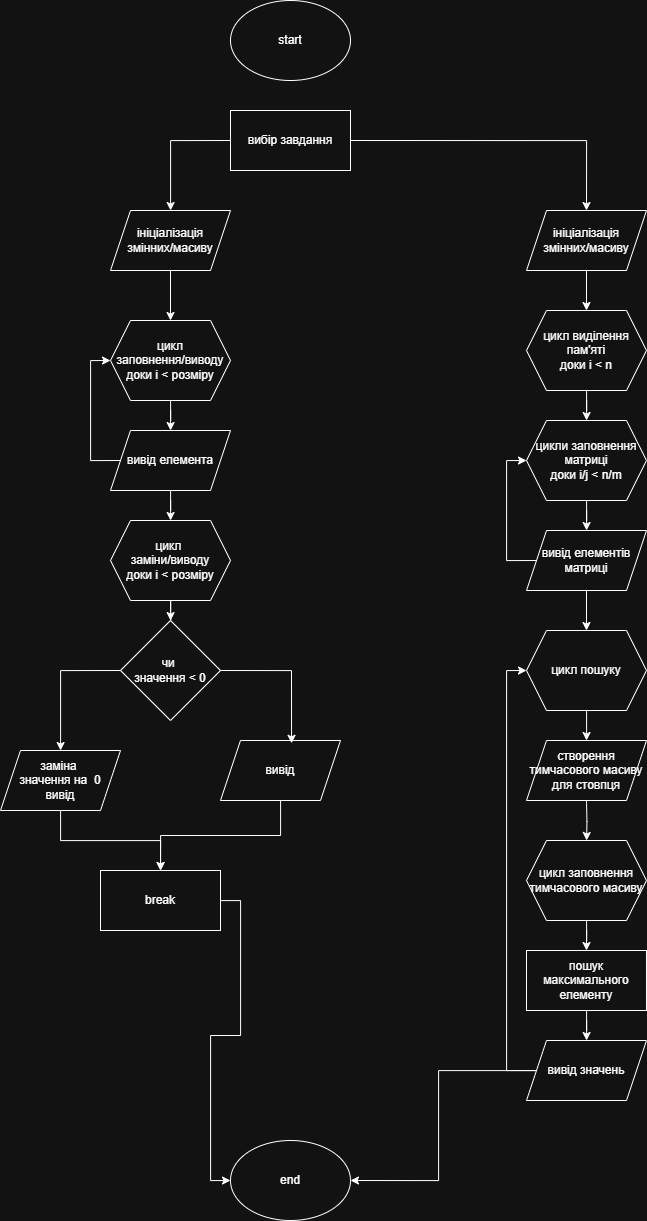
Before: lab 1,2/Діаграма без назви.drawio.png, a diagram exported from draw.io (oleksii103/AP). Source tidied: cells renumbered, new cells last; positions are measured from the earlier drawing's top-left corner, leaving out a move shared by most shapes.
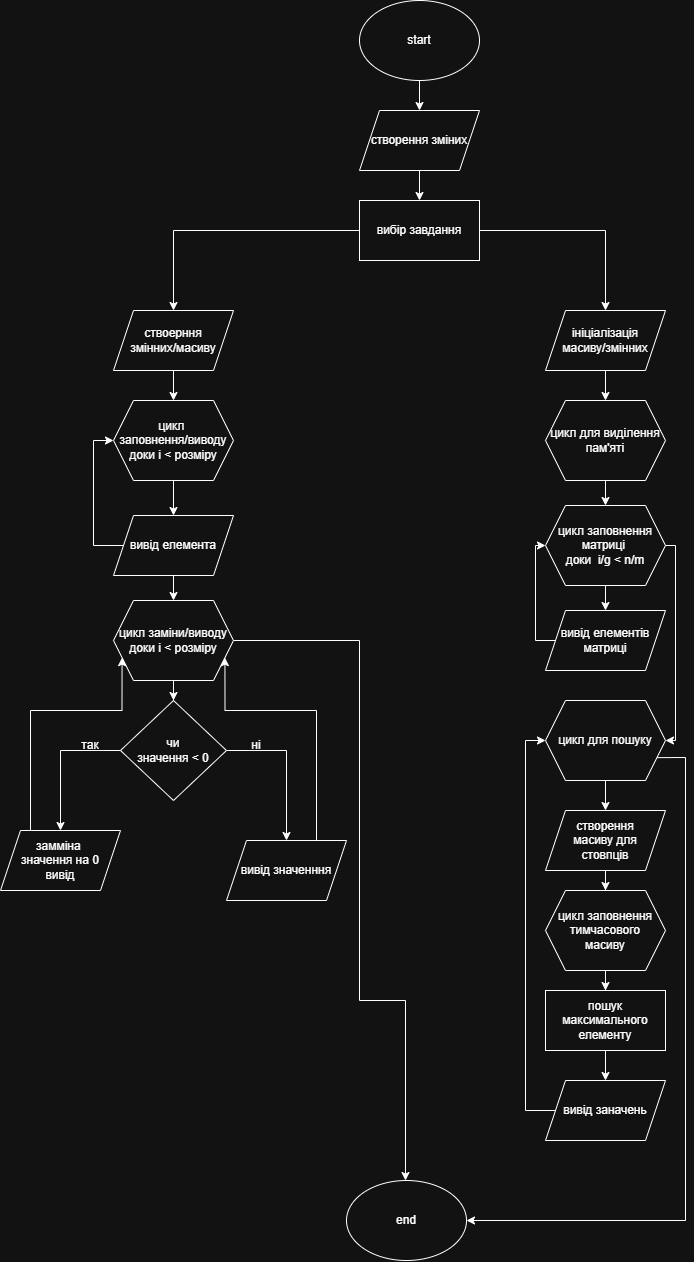
The same file after the commit.

Change to the diagram source:
```diff
@@ -4,2 +4,5 @@
     <mxCell id="1" parent="0" />
+    <mxCell id="45" style="edgeStyle=orthogonalEdgeStyle;rounded=0;jettySize=auto;html=1;" parent="1" edge="1" source="2" target="47">
+      <mxGeometry relative="1" as="geometry" />
+    </mxCell>
     <mxCell id="2" value="start" style="ellipse;whiteSpace=wrap;html=1;" parent="1" vertex="1">
@@ -7,17 +10,23 @@
     </mxCell>
-    <mxCell id="3" style="edgeStyle=orthogonalEdgeStyle;rounded=0;jettySize=auto;html=1;exitX=0;exitY=0.5;exitDx=0;exitDy=0;" parent="1" edge="1" source="5" target="7">
-      <mxGeometry relative="1" as="geometry" />
-    </mxCell>
-    <mxCell id="4" style="edgeStyle=orthogonalEdgeStyle;rounded=0;jettySize=auto;html=1;entryX=0.5;entryY=0;entryDx=0;entryDy=0;exitX=1;exitY=0.5;exitDx=0;exitDy=0;" parent="1" edge="1" source="5" target="25">
-      <mxGeometry relative="1" as="geometry" />
-    </mxCell>
+    <mxCell id="46" style="edgeStyle=orthogonalEdgeStyle;rounded=0;jettySize=auto;html=1;" parent="1" edge="1" source="47" target="5">
+      <mxGeometry relative="1" as="geometry" />
+    </mxCell>
+    <mxCell id="47" value="створення зміних" style="shape=parallelogram;perimeter=parallelogramPerimeter;whiteSpace=wrap;html=1;fixedSize=1;" parent="1" vertex="1">
+      <mxGeometry x="230" y="110" width="120" height="60" as="geometry" />
+    </mxCell>
+    <mxCell id="48" style="edgeStyle=orthogonalEdgeStyle;rounded=0;jettySize=auto;html=1;entryX=0.5;entryY=0;entryDx=0;entryDy=0;exitX=0;exitY=0.5;exitDx=0;exitDy=0;" parent="1" edge="1" source="5" target="51">
+      <mxGeometry relative="1" as="geometry" />
+    </mxCell>
+    <mxCell id="49" style="edgeStyle=orthogonalEdgeStyle;rounded=0;jettySize=auto;html=1;entryX=0.5;entryY=0;entryDx=0;entryDy=0;exitX=1;exitY=0.5;exitDx=0;exitDy=0;" parent="1" edge="1" source="5" target="62">
+      <mxGeometry relative="1" as="geometry" />
+    </mxCell>
     <mxCell id="5" value="вибір завдання" style="rounded=0;whiteSpace=wrap;html=1;" parent="1" vertex="1">
-      <mxGeometry x="230" y="110" width="120" height="60" as="geometry" />
+      <mxGeometry x="230" y="200" width="120" height="60" as="geometry" />
     </mxCell>
-    <mxCell id="6" style="edgeStyle=orthogonalEdgeStyle;rounded=0;jettySize=auto;html=1;" parent="1" edge="1" source="7" target="9">
-      <mxGeometry relative="1" as="geometry" />
-    </mxCell>
-    <mxCell id="7" value="ініціалізація&lt;div&gt;змінних/масиву&lt;/div&gt;" style="shape=parallelogram;perimeter=parallelogramPerimeter;whiteSpace=wrap;html=1;fixedSize=1;" parent="1" vertex="1">
-      <mxGeometry x="110" y="210" width="120" height="60" as="geometry" />
-    </mxCell>
+    <mxCell id="50" style="edgeStyle=orthogonalEdgeStyle;rounded=0;jettySize=auto;html=1;" parent="1" edge="1" source="51" target="9">
+      <mxGeometry relative="1" as="geometry" />
+    </mxCell>
+    <mxCell id="51" value="ствоерння&lt;div&gt;змінних/масиву&lt;/div&gt;" style="shape=parallelogram;perimeter=parallelogramPerimeter;whiteSpace=wrap;html=1;fixedSize=1;" parent="1" vertex="1">
+      <mxGeometry x="-16" y="310" width="120" height="60" as="geometry" />
+    </mxCell>
     <mxCell id="8" style="edgeStyle=orthogonalEdgeStyle;rounded=0;jettySize=auto;html=1;" parent="1" edge="1" source="9" target="12">
@@ -25,4 +34,4 @@
     </mxCell>
-    <mxCell id="9" value="цикл&lt;div&gt;заповнення/виводу&lt;/div&gt;&lt;div&gt;доки і &amp;lt; розміру&lt;/div&gt;" style="shape=hexagon;perimeter=hexagonPerimeter2;whiteSpace=wrap;html=1;fixedSize=1;" parent="1" vertex="1">
-      <mxGeometry x="110" y="320" width="120" height="80" as="geometry" />
+    <mxCell id="9" value="цикл&amp;nbsp;&lt;div&gt;заповнення/виводу&lt;/div&gt;&lt;div&gt;доки і &amp;lt; розміру&lt;/div&gt;" style="shape=hexagon;perimeter=hexagonPerimeter2;whiteSpace=wrap;html=1;fixedSize=1;" parent="1" vertex="1">
+      <mxGeometry x="-16" y="400" width="120" height="80" as="geometry" />
     </mxCell>
@@ -31,4 +40,4 @@
         <Array as="points">
-          <mxPoint x="90" y="460" />
-          <mxPoint x="90" y="360" />
+          <mxPoint x="-36" y="545" />
+          <mxPoint x="-36" y="440" />
         </Array>
@@ -40,3 +49,3 @@
     <mxCell id="12" value="вивід елемента" style="shape=parallelogram;perimeter=parallelogramPerimeter;whiteSpace=wrap;html=1;fixedSize=1;" parent="1" vertex="1">
-      <mxGeometry x="110" y="430" width="120" height="60" as="geometry" />
+      <mxGeometry x="-16" y="515" width="120" height="60" as="geometry" />
     </mxCell>
@@ -45,77 +54,112 @@
     </mxCell>
+    <mxCell id="52" style="edgeStyle=orthogonalEdgeStyle;rounded=0;jettySize=auto;html=1;exitX=1;exitY=0.5;exitDx=0;exitDy=0;" parent="1" edge="1" source="14">
+      <mxGeometry relative="1" as="geometry">
+        <mxPoint x="276" y="1180" as="targetPoint" />
+        <Array as="points">
+          <mxPoint x="230" y="640" />
+          <mxPoint x="230" y="1000" />
+        </Array>
+      </mxGeometry>
+    </mxCell>
-    <mxCell id="14" value="цикл&amp;nbsp;&lt;div&gt;&lt;span style=&quot;background-color: transparent; color: light-dark(rgb(0, 0, 0), rgb(255, 255, 255));&quot;&gt;заміни/виводу&lt;/span&gt;&lt;/div&gt;&lt;div&gt;&lt;span style=&quot;background-color: transparent; color: light-dark(rgb(0, 0, 0), rgb(255, 255, 255));&quot;&gt;доки і &amp;lt; розміру&lt;/span&gt;&lt;/div&gt;" style="shape=hexagon;perimeter=hexagonPerimeter2;whiteSpace=wrap;html=1;fixedSize=1;" parent="1" vertex="1">
-      <mxGeometry x="110" y="520" width="120" height="80" as="geometry" />
+    <mxCell id="14" value="цикл заміни/виводу&lt;div&gt;доки і &amp;lt; розміру&lt;/div&gt;" style="shape=hexagon;perimeter=hexagonPerimeter2;whiteSpace=wrap;html=1;fixedSize=1;" parent="1" vertex="1">
+      <mxGeometry x="-16" y="600" width="120" height="80" as="geometry" />
     </mxCell>
-    <mxCell id="15" style="edgeStyle=orthogonalEdgeStyle;rounded=0;jettySize=auto;html=1;exitX=0;exitY=0.5;exitDx=0;exitDy=0;" parent="1" edge="1" source="16" target="18">
-      <mxGeometry relative="1" as="geometry" />
-    </mxCell>
+    <mxCell id="53" style="edgeStyle=orthogonalEdgeStyle;rounded=0;jettySize=auto;html=1;" parent="1" edge="1" source="16" target="56">
+      <mxGeometry relative="1" as="geometry">
+        <Array as="points">
+          <mxPoint x="-69" y="750" />
+        </Array>
+      </mxGeometry>
+    </mxCell>
+    <mxCell id="54" style="edgeStyle=orthogonalEdgeStyle;rounded=0;jettySize=auto;html=1;entryX=0.5;entryY=0;entryDx=0;entryDy=0;exitX=1;exitY=0.5;exitDx=0;exitDy=0;" parent="1" edge="1" source="16" target="58">
+      <mxGeometry relative="1" as="geometry" />
+    </mxCell>
-    <mxCell id="16" value="чи&amp;nbsp;&lt;div&gt;значення &amp;lt; 0&lt;/div&gt;" style="rhombus;whiteSpace=wrap;html=1;" parent="1" vertex="1">
-      <mxGeometry x="120" y="620" width="100" height="100" as="geometry" />
+    <mxCell id="16" value="чи&lt;div&gt;значення &amp;lt; 0&lt;/div&gt;" style="rhombus;whiteSpace=wrap;html=1;" parent="1" vertex="1">
+      <mxGeometry x="-9" y="700" width="106" height="100" as="geometry" />
     </mxCell>
-    <mxCell id="17" style="edgeStyle=orthogonalEdgeStyle;rounded=0;jettySize=auto;html=1;" parent="1" edge="1" source="18" target="22">
-      <mxGeometry relative="1" as="geometry" />
-    </mxCell>
-    <mxCell id="18" value="заміна&amp;nbsp;&lt;div&gt;значення на&amp;nbsp; 0&lt;div&gt;вивід&lt;/div&gt;&lt;/div&gt;" style="shape=parallelogram;perimeter=parallelogramPerimeter;whiteSpace=wrap;html=1;fixedSize=1;" parent="1" vertex="1">
-      <mxGeometry y="750" width="120" height="60" as="geometry" />
-    </mxCell>
-    <mxCell id="19" style="edgeStyle=orthogonalEdgeStyle;rounded=0;jettySize=auto;html=1;entryX=0.5;entryY=0;entryDx=0;entryDy=0;" parent="1" edge="1" source="20" target="22">
-      <mxGeometry relative="1" as="geometry" />
-    </mxCell>
-    <mxCell id="20" value="вивід" style="shape=parallelogram;perimeter=parallelogramPerimeter;whiteSpace=wrap;html=1;fixedSize=1;" parent="1" vertex="1">
-      <mxGeometry x="220" y="740" width="120" height="60" as="geometry" />
-    </mxCell>
-    <mxCell id="21" style="edgeStyle=orthogonalEdgeStyle;rounded=0;jettySize=auto;html=1;entryX=0;entryY=0.5;entryDx=0;entryDy=0;" parent="1" edge="1" source="22" target="44">
-      <mxGeometry relative="1" as="geometry" />
-    </mxCell>
-    <mxCell id="22" value="break" style="rounded=0;whiteSpace=wrap;html=1;" parent="1" vertex="1">
-      <mxGeometry x="100" y="870" width="120" height="60" as="geometry" />
-    </mxCell>
-    <mxCell id="23" style="edgeStyle=orthogonalEdgeStyle;rounded=0;jettySize=auto;html=1;entryX=0.592;entryY=0.047;entryDx=0;entryDy=0;entryPerimeter=0;exitX=1;exitY=0.5;exitDx=0;exitDy=0;" parent="1" edge="1" source="16" target="20">
-      <mxGeometry relative="1" as="geometry" />
-    </mxCell>
-    <mxCell id="24" style="edgeStyle=orthogonalEdgeStyle;rounded=0;jettySize=auto;html=1;" parent="1" edge="1" source="25" target="27">
-      <mxGeometry relative="1" as="geometry" />
-    </mxCell>
-    <mxCell id="25" value="ініціалізація&lt;div&gt;змінних/масиву&lt;/div&gt;" style="shape=parallelogram;perimeter=parallelogramPerimeter;whiteSpace=wrap;html=1;fixedSize=1;" parent="1" vertex="1">
-      <mxGeometry x="526" y="210" width="120" height="60" as="geometry" />
-    </mxCell>
-    <mxCell id="26" style="edgeStyle=orthogonalEdgeStyle;rounded=0;jettySize=auto;html=1;" parent="1" edge="1" source="27" target="29">
-      <mxGeometry relative="1" as="geometry" />
-    </mxCell>
-    <mxCell id="27" value="цикл виділення пам'яті&lt;div&gt;доки і &amp;lt; n&lt;/div&gt;" style="shape=hexagon;perimeter=hexagonPerimeter2;whiteSpace=wrap;html=1;fixedSize=1;" parent="1" vertex="1">
-      <mxGeometry x="526" y="310" width="120" height="80" as="geometry" />
-    </mxCell>
-    <mxCell id="28" style="edgeStyle=orthogonalEdgeStyle;rounded=0;jettySize=auto;html=1;" parent="1" edge="1" source="29" target="32">
-      <mxGeometry relative="1" as="geometry" />
-    </mxCell>
-    <mxCell id="29" value="цикли заповнення&lt;div&gt;матриці&lt;/div&gt;&lt;div&gt;доки i/j &amp;lt; n/m&lt;/div&gt;" style="shape=hexagon;perimeter=hexagonPerimeter2;whiteSpace=wrap;html=1;fixedSize=1;" parent="1" vertex="1">
-      <mxGeometry x="526" y="420" width="120" height="80" as="geometry" />
-    </mxCell>
-    <mxCell id="30" style="edgeStyle=orthogonalEdgeStyle;rounded=0;jettySize=auto;html=1;entryX=0;entryY=0.5;entryDx=0;entryDy=0;exitX=0;exitY=0.5;exitDx=0;exitDy=0;" parent="1" edge="1" source="32" target="29">
-      <mxGeometry relative="1" as="geometry">
-        <Array as="points">
-          <mxPoint x="506" y="560" />
-          <mxPoint x="506" y="460" />
-        </Array>
-      </mxGeometry>
-    </mxCell>
-    <mxCell id="31" style="edgeStyle=orthogonalEdgeStyle;rounded=0;jettySize=auto;html=1;entryX=0.5;entryY=0;entryDx=0;entryDy=0;" parent="1" edge="1" source="32" target="34">
-      <mxGeometry relative="1" as="geometry" />
-    </mxCell>
+    <mxCell id="55" style="edgeStyle=orthogonalEdgeStyle;rounded=0;jettySize=auto;html=1;exitX=0.25;exitY=0;exitDx=0;exitDy=0;entryX=0;entryY=0.75;entryDx=0;entryDy=0;" parent="1" edge="1" source="56" target="14">
+      <mxGeometry relative="1" as="geometry">
+        <Array as="points">
+          <mxPoint x="-99" y="710" />
+          <mxPoint x="-7" y="710" />
+        </Array>
+      </mxGeometry>
+    </mxCell>
+    <mxCell id="56" value="замміна&amp;nbsp;&lt;div&gt;значення на 0&lt;/div&gt;&lt;div&gt;вивід&lt;/div&gt;" style="shape=parallelogram;perimeter=parallelogramPerimeter;whiteSpace=wrap;html=1;fixedSize=1;" parent="1" vertex="1">
+      <mxGeometry x="-129" y="830" width="120" height="60" as="geometry" />
+    </mxCell>
+    <mxCell id="57" style="edgeStyle=orthogonalEdgeStyle;rounded=0;jettySize=auto;html=1;exitX=0.75;exitY=0;exitDx=0;exitDy=0;entryX=1;entryY=0.75;entryDx=0;entryDy=0;" parent="1" edge="1" source="58" target="14">
+      <mxGeometry relative="1" as="geometry">
+        <Array as="points">
+          <mxPoint x="187" y="710" />
+          <mxPoint x="95" y="710" />
+        </Array>
+      </mxGeometry>
+    </mxCell>
+    <mxCell id="58" value="вивід значенння" style="shape=parallelogram;perimeter=parallelogramPerimeter;whiteSpace=wrap;html=1;fixedSize=1;" parent="1" vertex="1">
+      <mxGeometry x="97" y="840" width="120" height="60" as="geometry" />
+    </mxCell>
+    <mxCell id="59" value="так" style="text;html=1;align=center;verticalAlign=middle;whiteSpace=wrap;rounded=0;" parent="1" vertex="1">
+      <mxGeometry x="-69" y="730" width="60" height="30" as="geometry" />
+    </mxCell>
+    <mxCell id="60" value="ні" style="text;html=1;align=center;verticalAlign=middle;whiteSpace=wrap;rounded=0;" parent="1" vertex="1">
+      <mxGeometry x="97" y="730" width="60" height="30" as="geometry" />
+    </mxCell>
+    <mxCell id="61" style="edgeStyle=orthogonalEdgeStyle;rounded=0;jettySize=auto;html=1;" parent="1" edge="1" source="62" target="64">
+      <mxGeometry relative="1" as="geometry" />
+    </mxCell>
+    <mxCell id="62" value="ініціалізація&lt;div&gt;масиву/змінних&lt;/div&gt;" style="shape=parallelogram;perimeter=parallelogramPerimeter;whiteSpace=wrap;html=1;fixedSize=1;" parent="1" vertex="1">
+      <mxGeometry x="416" y="310" width="120" height="60" as="geometry" />
+    </mxCell>
+    <mxCell id="63" style="edgeStyle=orthogonalEdgeStyle;rounded=0;jettySize=auto;html=1;entryX=0.5;entryY=0;entryDx=0;entryDy=0;" parent="1" edge="1" source="64" target="67">
+      <mxGeometry relative="1" as="geometry" />
+    </mxCell>
+    <mxCell id="64" value="цикл для виділення&lt;div&gt;пам'яті&lt;/div&gt;" style="shape=hexagon;perimeter=hexagonPerimeter2;whiteSpace=wrap;html=1;fixedSize=1;" parent="1" vertex="1">
+      <mxGeometry x="416" y="400" width="120" height="80" as="geometry" />
+    </mxCell>
+    <mxCell id="65" style="edgeStyle=orthogonalEdgeStyle;rounded=0;jettySize=auto;html=1;" parent="1" edge="1" source="67" target="32">
+      <mxGeometry relative="1" as="geometry" />
+    </mxCell>
+    <mxCell id="66" style="edgeStyle=orthogonalEdgeStyle;rounded=0;jettySize=auto;html=1;entryX=1;entryY=0.5;entryDx=0;entryDy=0;exitX=1;exitY=0.5;exitDx=0;exitDy=0;" parent="1" edge="1" source="67" target="71">
+      <mxGeometry relative="1" as="geometry">
+        <Array as="points">
+          <mxPoint x="546" y="545" />
+          <mxPoint x="546" y="740" />
+        </Array>
+      </mxGeometry>
+    </mxCell>
+    <mxCell id="67" value="цикл заповнення&lt;div&gt;матриці&amp;nbsp;&lt;/div&gt;&lt;div&gt;доки&amp;nbsp; i/g &amp;lt; n/m&lt;/div&gt;" style="shape=hexagon;perimeter=hexagonPerimeter2;whiteSpace=wrap;html=1;fixedSize=1;" parent="1" vertex="1">
+      <mxGeometry x="416" y="505" width="120" height="80" as="geometry" />
+    </mxCell>
+    <mxCell id="68" style="edgeStyle=orthogonalEdgeStyle;rounded=0;jettySize=auto;html=1;entryX=0;entryY=0.5;entryDx=0;entryDy=0;exitX=0;exitY=0.5;exitDx=0;exitDy=0;" parent="1" edge="1" source="32" target="67">
+      <mxGeometry relative="1" as="geometry">
+        <Array as="points">
+          <mxPoint x="406" y="640" />
+          <mxPoint x="406" y="545" />
+        </Array>
+      </mxGeometry>
+    </mxCell>
     <mxCell id="32" value="вивід елементів&lt;div&gt;матриці&lt;/div&gt;" style="shape=parallelogram;perimeter=parallelogramPerimeter;whiteSpace=wrap;html=1;fixedSize=1;" parent="1" vertex="1">
-      <mxGeometry x="526" y="530" width="120" height="60" as="geometry" />
+      <mxGeometry x="416" y="610" width="120" height="60" as="geometry" />
     </mxCell>
-    <mxCell id="33" style="edgeStyle=orthogonalEdgeStyle;rounded=0;jettySize=auto;html=1;entryX=0.5;entryY=0;entryDx=0;entryDy=0;" parent="1" edge="1" source="34">
-      <mxGeometry relative="1" as="geometry">
-        <mxPoint x="586" y="740" as="targetPoint" />
-      </mxGeometry>
-    </mxCell>
-    <mxCell id="34" value="цикл пошуку" style="shape=hexagon;perimeter=hexagonPerimeter2;whiteSpace=wrap;html=1;fixedSize=1;" parent="1" vertex="1">
-      <mxGeometry x="526" y="630" width="120" height="80" as="geometry" />
-    </mxCell>
-    <mxCell id="35" style="edgeStyle=orthogonalEdgeStyle;rounded=0;jettySize=auto;html=1;" parent="1" edge="1" target="37">
-      <mxGeometry relative="1" as="geometry">
-        <mxPoint x="586" y="800" as="sourcePoint" />
-      </mxGeometry>
-    </mxCell>
+    <mxCell id="69" style="edgeStyle=orthogonalEdgeStyle;rounded=0;jettySize=auto;html=1;" parent="1" edge="1" source="71" target="73">
+      <mxGeometry relative="1" as="geometry" />
+    </mxCell>
+    <mxCell id="70" style="edgeStyle=orthogonalEdgeStyle;rounded=0;jettySize=auto;html=1;exitX=1;exitY=0.75;exitDx=0;exitDy=0;entryX=1;entryY=0.5;entryDx=0;entryDy=0;" parent="1" edge="1" source="71" target="44">
+      <mxGeometry relative="1" as="geometry">
+        <Array as="points">
+          <mxPoint x="556" y="757" />
+          <mxPoint x="556" y="1220" />
+        </Array>
+      </mxGeometry>
+    </mxCell>
+    <mxCell id="71" value="цикл для пошуку" style="shape=hexagon;perimeter=hexagonPerimeter2;whiteSpace=wrap;html=1;fixedSize=1;" parent="1" vertex="1">
+      <mxGeometry x="416" y="700" width="120" height="80" as="geometry" />
+    </mxCell>
+    <mxCell id="72" style="edgeStyle=orthogonalEdgeStyle;rounded=0;jettySize=auto;html=1;entryX=0.5;entryY=0;entryDx=0;entryDy=0;" parent="1" edge="1" source="73" target="37">
+      <mxGeometry relative="1" as="geometry" />
+    </mxCell>
+    <mxCell id="73" value="створення&lt;div&gt;масиву для&lt;/div&gt;&lt;div&gt;стовпців&lt;/div&gt;" style="shape=parallelogram;perimeter=parallelogramPerimeter;whiteSpace=wrap;html=1;fixedSize=1;" parent="1" vertex="1">
+      <mxGeometry x="416" y="810" width="120" height="60" as="geometry" />
+    </mxCell>
     <mxCell id="36" style="edgeStyle=orthogonalEdgeStyle;rounded=0;jettySize=auto;html=1;entryX=0.5;entryY=0;entryDx=0;entryDy=0;" parent="1" edge="1" source="37" target="39">
@@ -123,30 +167,24 @@
     </mxCell>
-    <mxCell id="37" value="цикл заповнення тимчасового масиву" style="shape=hexagon;perimeter=hexagonPerimeter2;whiteSpace=wrap;html=1;fixedSize=1;" parent="1" vertex="1">
-      <mxGeometry x="526" y="840" width="120" height="80" as="geometry" />
+    <mxCell id="37" value="цикл заповнення&lt;div&gt;тимчасового&lt;/div&gt;&lt;div&gt;масиву&lt;/div&gt;" style="shape=hexagon;perimeter=hexagonPerimeter2;whiteSpace=wrap;html=1;fixedSize=1;" parent="1" vertex="1">
+      <mxGeometry x="416" y="890" width="120" height="80" as="geometry" />
     </mxCell>
-    <mxCell id="38" style="edgeStyle=orthogonalEdgeStyle;rounded=0;jettySize=auto;html=1;" parent="1" edge="1" source="39" target="43">
-      <mxGeometry relative="1" as="geometry" />
-    </mxCell>
+    <mxCell id="74" style="edgeStyle=orthogonalEdgeStyle;rounded=0;jettySize=auto;html=1;entryX=0;entryY=0.5;entryDx=0;entryDy=0;exitX=0;exitY=0.5;exitDx=0;exitDy=0;" parent="1" edge="1" source="75" target="71">
+      <mxGeometry relative="1" as="geometry">
+        <Array as="points">
+          <mxPoint x="396" y="1110" />
+          <mxPoint x="396" y="740" />
+        </Array>
+      </mxGeometry>
+    </mxCell>
     <mxCell id="39" value="пошук максимального елементу" style="rounded=0;whiteSpace=wrap;html=1;" parent="1" vertex="1">
-      <mxGeometry x="526" y="950" width="120" height="60" as="geometry" />
+      <mxGeometry x="416" y="990" width="120" height="60" as="geometry" />
     </mxCell>
-    <mxCell id="40" value="створення тимчасового масиву для стовпця" style="shape=parallelogram;perimeter=parallelogramPerimeter;whiteSpace=wrap;html=1;fixedSize=1;" parent="1" vertex="1">
-      <mxGeometry x="526" y="740" width="120" height="60" as="geometry" />
-    </mxCell>
-    <mxCell id="41" style="edgeStyle=orthogonalEdgeStyle;rounded=0;jettySize=auto;html=1;entryX=0;entryY=0.5;entryDx=0;entryDy=0;" parent="1" edge="1" source="43" target="34">
-      <mxGeometry relative="1" as="geometry">
-        <Array as="points">
-          <mxPoint x="506" y="1070" />
-          <mxPoint x="506" y="670" />
-        </Array>
-      </mxGeometry>
-    </mxCell>
-    <mxCell id="42" style="edgeStyle=orthogonalEdgeStyle;rounded=0;jettySize=auto;html=1;entryX=1;entryY=0.5;entryDx=0;entryDy=0;" parent="1" edge="1" source="43" target="44">
-      <mxGeometry relative="1" as="geometry" />
-    </mxCell>
-    <mxCell id="43" value="вивід значень" style="shape=parallelogram;perimeter=parallelogramPerimeter;whiteSpace=wrap;html=1;fixedSize=1;" parent="1" vertex="1">
-      <mxGeometry x="526" y="1040" width="120" height="60" as="geometry" />
-    </mxCell>
+    <mxCell id="75" value="вивід заначень" style="shape=parallelogram;perimeter=parallelogramPerimeter;whiteSpace=wrap;html=1;fixedSize=1;" parent="1" vertex="1">
+      <mxGeometry x="416" y="1080" width="120" height="60" as="geometry" />
+    </mxCell>
+    <mxCell id="76" style="edgeStyle=orthogonalEdgeStyle;rounded=0;jettySize=auto;html=1;entryX=0.5;entryY=0;entryDx=0;entryDy=0;" parent="1" edge="1" source="39" target="75">
+      <mxGeometry relative="1" as="geometry" />
+    </mxCell>
     <mxCell id="44" value="end" style="ellipse;whiteSpace=wrap;html=1;" parent="1" vertex="1">
-      <mxGeometry x="230" y="1140" width="120" height="80" as="geometry" />
+      <mxGeometry x="217" y="1180" width="120" height="80" as="geometry" />
     </mxCell>
```
